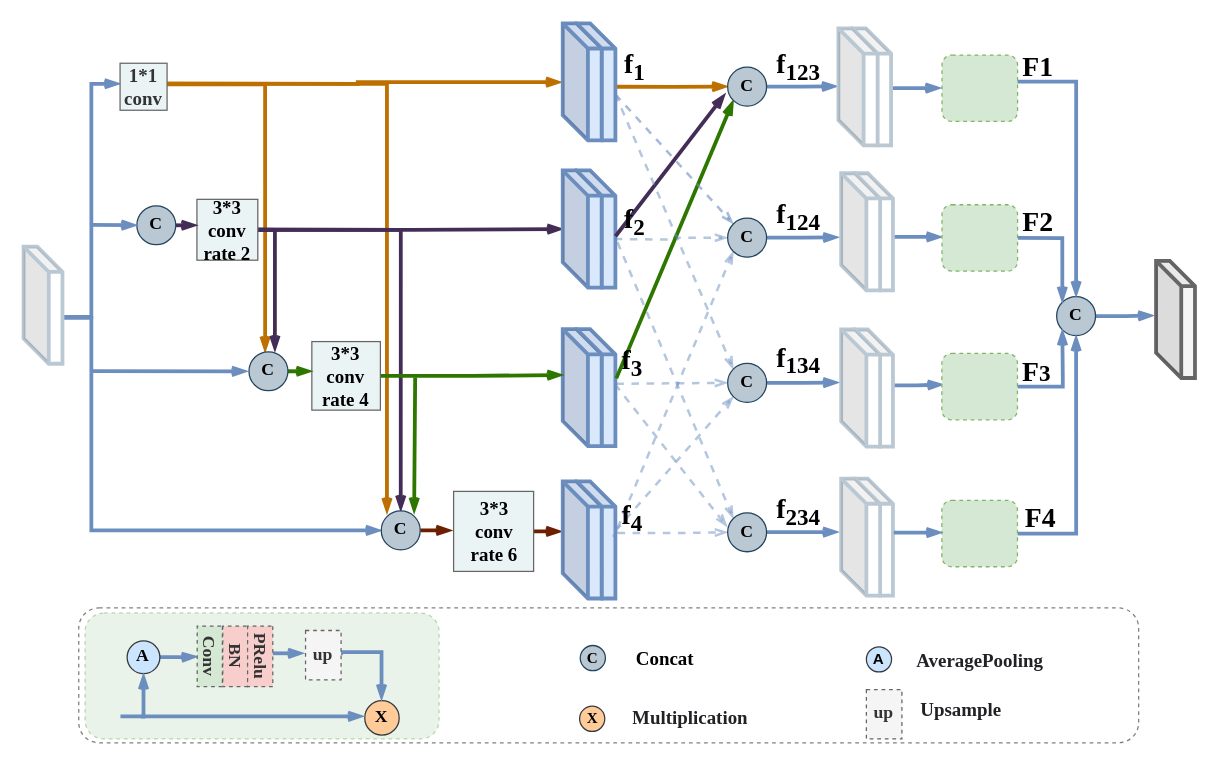
This is CCASPP.drawio from Hymhh/hymhh, a draw.io file, before an edit. Source tidied: cells renumbered, new cells numbered last; positions are measured from the earlier drawing's top-left corner, leaving out a move shared by most shapes. Both pictures are drawn from the tidied source at 126%, with x=0, y=0 at pixel (23, 23).
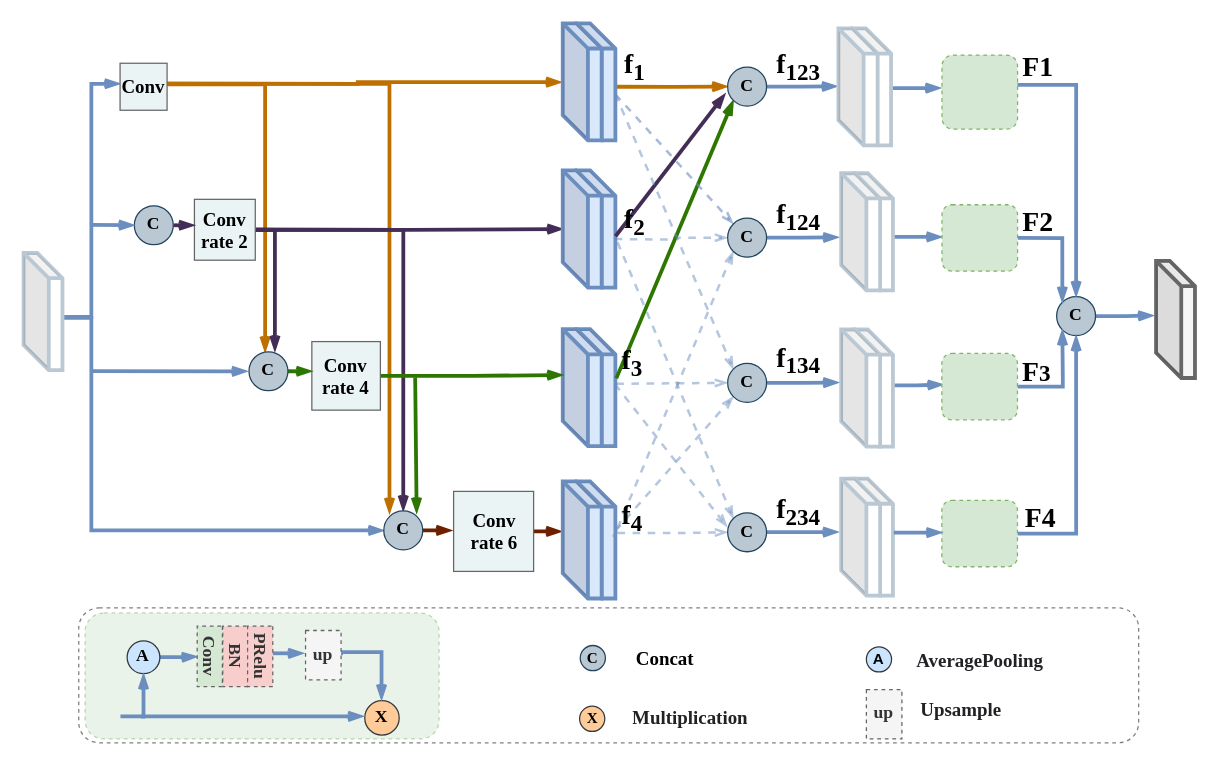
After the change.

What changed in the source:
```diff
@@
     <mxCell id="6" style="shape=cube;whiteSpace=wrap;html=1;boundedLbl=1;backgroundOutline=1;darkOpacity=0.05;darkOpacity2=0.1;strokeColor=#BAC8D3;strokeWidth=3;" parent="1" vertex="1">
-      <mxGeometry x="0.2" y="177.3" width="30.9" height="92.9" as="geometry" />
+      <mxGeometry x="0.2" y="182.3" width="30.9" height="92.9" as="geometry" />
     </mxCell>
     <mxCell id="7" style="edgeStyle=orthogonalEdgeStyle;rounded=0;jettySize=auto;html=1;exitX=1;exitY=0.5;exitDx=0;exitDy=0;entryX=0.146;entryY=0.065;entryDx=0;entryDy=0;strokeColor=#BD7000;strokeWidth=3;fillColor=#f0a30a;endArrow=openThin;endFill=0;entryPerimeter=0;" parent="1" edge="1" target="18">
       <mxGeometry relative="1" as="geometry">
         <mxPoint x="97.6" y="55.5" as="sourcePoint" />
         <Array as="points">
           <mxPoint x="98" y="48" />
-          <mxPoint x="289" y="48" />
+          <mxPoint x="291" y="48" />
+          <mxPoint x="291" y="389" />
         </Array>
       </mxGeometry>
     </mxCell>
@@
-    <mxCell id="10" value="&lt;font face=&quot;Times New Roman&quot; style=&quot;font-size: 15px&quot;&gt;&lt;b&gt;1*1&lt;br&gt;conv&lt;/b&gt;&lt;/font&gt;" style="whiteSpace=wrap;html=1;strokeWidth=1;fillColor=#EBF4F5;strokeColor=#666666;fontColor=#333333;" parent="1" vertex="1">
+    <mxCell id="10" value="&lt;font face=&quot;Times New Roman&quot; style=&quot;font-size: 15px&quot; color=&quot;#000000&quot;&gt;&lt;b&gt;Conv&lt;/b&gt;&lt;/font&gt;" style="whiteSpace=wrap;html=1;strokeWidth=1;fillColor=#EBF4F5;strokeColor=#666666;fontColor=#333333;" parent="1" vertex="1">
       <mxGeometry x="76.8" y="31.7" width="37.3" height="37.3" as="geometry" />
     </mxCell>
@@
-    <mxCell id="14" value="&lt;font face=&quot;Times New Roman&quot; style=&quot;font-size: 15px&quot;&gt;&lt;b&gt;3*3&lt;br&gt;conv&lt;br&gt;rate 2&lt;/b&gt;&lt;/font&gt;" style="whiteSpace=wrap;html=1;strokeWidth=1;fillColor=#EBF4F5;strokeColor=#666666;" parent="1" vertex="1">
-      <mxGeometry x="137.8" y="139.7" width="48.3" height="48.3" as="geometry" />
+    <mxCell id="14" value="&lt;font face=&quot;Times New Roman&quot; style=&quot;font-size: 15px&quot;&gt;&lt;b&gt;Conv&lt;br&gt;rate 2&lt;/b&gt;&lt;/font&gt;" style="whiteSpace=wrap;html=1;strokeWidth=1;fillColor=#EBF4F5;strokeColor=#666666;" parent="1" vertex="1">
+      <mxGeometry x="135.8" y="139.7" width="48.3" height="48.3" as="geometry" />
     </mxCell>
@@
-    <mxCell id="16" value="&lt;font face=&quot;Times New Roman&quot; style=&quot;font-size: 15px&quot;&gt;&lt;b&gt;3*3&lt;br&gt;conv&lt;br&gt;rate 6&lt;/b&gt;&lt;/font&gt;" style="whiteSpace=wrap;html=1;strokeWidth=1;fillColor=#EBF4F5;strokeColor=#666666;" parent="1" vertex="1">
+    <mxCell id="16" value="&lt;font face=&quot;Times New Roman&quot; style=&quot;font-size: 15px&quot;&gt;&lt;b&gt;Conv&lt;br&gt;rate 6&lt;/b&gt;&lt;/font&gt;" style="whiteSpace=wrap;html=1;strokeWidth=1;fillColor=#EBF4F5;strokeColor=#666666;" parent="1" vertex="1">
       <mxGeometry x="341.5" y="371.5" width="63.5" height="63.5" as="geometry" />
     </mxCell>
@@
     <mxCell id="18" value="&lt;b&gt;&lt;font face=&quot;Times New Roman&quot; style=&quot;font-size: 14px&quot;&gt;C&lt;/font&gt;&lt;/b&gt;" style="ellipse;whiteSpace=wrap;html=1;strokeColor=#23445d;strokeWidth=1;fillColor=#bac8d3;" parent="1" vertex="1">
-      <mxGeometry x="284.1" y="387" width="30.9" height="30.9" as="geometry" />
+      <mxGeometry x="286.1" y="387" width="30.9" height="30.9" as="geometry" />
     </mxCell>
@@
     <mxCell id="70" value="&lt;b&gt;&lt;font face=&quot;Times New Roman&quot; style=&quot;font-size: 14px&quot;&gt;C&lt;/font&gt;&lt;/b&gt;" style="ellipse;whiteSpace=wrap;html=1;strokeColor=#23445d;strokeWidth=1;fillColor=#bac8d3;" parent="1" vertex="1">
-      <mxGeometry x="90.1" y="144.8" width="30.9" height="30.9" as="geometry" />
+      <mxGeometry x="88.1" y="144.8" width="30.9" height="30.9" as="geometry" />
     </mxCell>
@@
-    <mxCell id="72" value="&lt;font face=&quot;Times New Roman&quot; style=&quot;font-size: 15px&quot;&gt;&lt;b&gt;3*3&lt;br&gt;conv&lt;br&gt;rate 4&lt;/b&gt;&lt;/font&gt;" style="whiteSpace=wrap;html=1;strokeWidth=1;fillColor=#EBF4F5;strokeColor=#666666;" parent="1" vertex="1">
+    <mxCell id="72" value="&lt;font face=&quot;Times New Roman&quot; style=&quot;font-size: 15px&quot;&gt;&lt;b&gt;Conv&lt;br&gt;rate 4&lt;/b&gt;&lt;/font&gt;" style="whiteSpace=wrap;html=1;strokeWidth=1;fillColor=#EBF4F5;strokeColor=#666666;" parent="1" vertex="1">
       <mxGeometry x="229" y="252.6" width="54.4" height="54.4" as="geometry" />
     </mxCell>
@@
     <mxCell id="76" style="rounded=1;whiteSpace=wrap;html=1;strokeColor=#82b366;fillColor=#d5e8d4;dashed=1;" parent="1" vertex="1">
-      <mxGeometry x="729.1" y="25.2" width="60" height="52.7" as="geometry" />
+      <mxGeometry x="729.1" y="25.2" width="60" height="58.8" as="geometry" />
     </mxCell>
```
